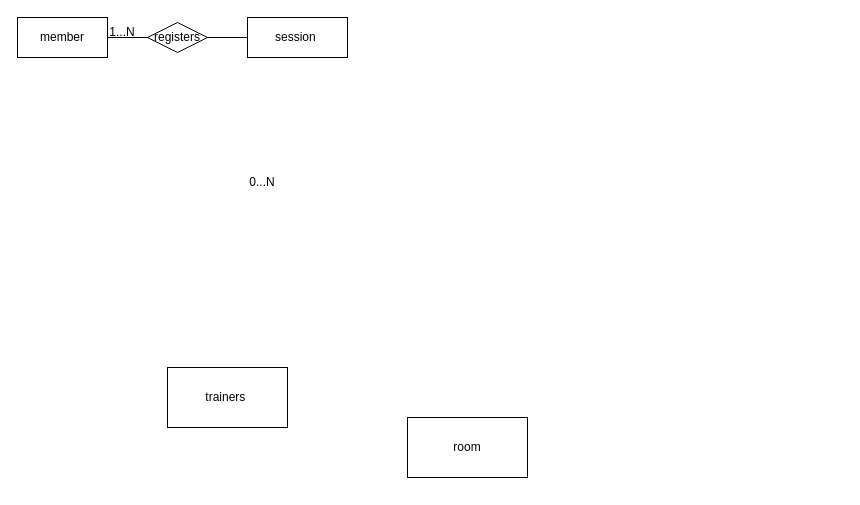
The draw.io diagram fitness_Club_Extension.drawio in victoriapuck15/ERdiagrams-, before the edit. Source tidied: cells renumbered, new cells numbered last; positions are measured from the earlier drawing's top-left corner, leaving out a move shared by most shapes. Both pictures are drawn from the tidied source at 100%, with x=0, y=0 at pixel (17, 17).
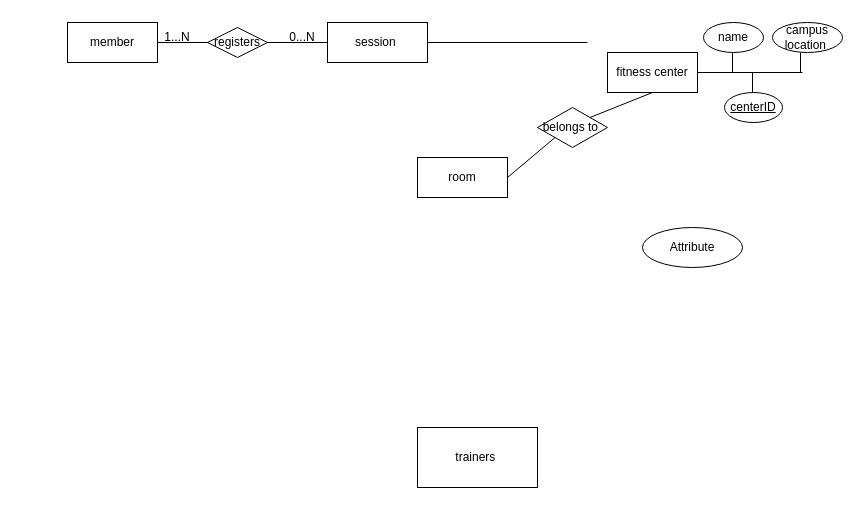
Above is the later version.

The edit, as a diff of the source:
```diff
@@
     <mxCell id="2" value="member" style="rounded=0;whiteSpace=wrap;html=1;" parent="1" vertex="1">
-      <mxGeometry width="90" height="40" as="geometry" />
+      <mxGeometry x="50" y="5" width="90" height="40" as="geometry" />
     </mxCell>
     <mxCell id="3" value="session&amp;nbsp;" style="whiteSpace=wrap;html=1;" parent="1" vertex="1">
-      <mxGeometry x="230" width="100" height="40" as="geometry" />
+      <mxGeometry x="310" y="5" width="100" height="40" as="geometry" />
     </mxCell>
     <mxCell id="4" value="room" style="whiteSpace=wrap;html=1;" parent="1" vertex="1">
-      <mxGeometry x="390" y="400" width="120" height="60" as="geometry" />
+      <mxGeometry x="400" y="140" width="90" height="40" as="geometry" />
     </mxCell>
     <mxCell id="5" value="trainers&amp;nbsp;&lt;br&gt;" style="whiteSpace=wrap;html=1;" parent="1" vertex="1">
-      <mxGeometry x="150" y="350" width="120" height="60" as="geometry" />
+      <mxGeometry x="400" y="410" width="120" height="60" as="geometry" />
     </mxCell>
@@
     <mxCell id="7" value="registers" style="shape=rhombus;perimeter=rhombusPerimeter;whiteSpace=wrap;html=1;align=center;" parent="1" vertex="1">
-      <mxGeometry x="130" y="5" width="60" height="30" as="geometry" />
+      <mxGeometry x="190" y="10" width="60" height="30" as="geometry" />
     </mxCell>
     <mxCell id="8" value="1...N" style="text;html=1;strokeColor=none;fillColor=none;align=center;verticalAlign=middle;whiteSpace=wrap;rounded=0;" parent="1" vertex="1">
-      <mxGeometry x="80" width="50" height="30" as="geometry" />
+      <mxGeometry x="135" y="5" width="50" height="30" as="geometry" />
     </mxCell>
     <mxCell id="9" value="0...N" style="text;html=1;strokeColor=none;fillColor=none;align=center;verticalAlign=middle;whiteSpace=wrap;rounded=0;" parent="1" vertex="1">
-      <mxGeometry x="220" y="150" width="50" height="30" as="geometry" />
+      <mxGeometry x="260" y="5" width="50" height="30" as="geometry" />
     </mxCell>
+    <mxCell id="10" style="endArrow=none;html=1;rounded=0;exitX=1;exitY=0.5;exitDx=0;exitDy=0;" parent="1" edge="1" source="3">
+      <mxGeometry relative="1" as="geometry">
+        <mxPoint x="570" y="25" as="targetPoint" />
+      </mxGeometry>
+    </mxCell>
+    <mxCell id="11" value="fitness center" style="rounded=0;whiteSpace=wrap;html=1;" parent="1" vertex="1">
+      <mxGeometry x="590" y="35" width="90" height="40" as="geometry" />
+    </mxCell>
+    <mxCell id="12" value="Attribute" style="ellipse;whiteSpace=wrap;html=1;align=center;" parent="1" vertex="1">
+      <mxGeometry x="625" y="210" width="100" height="40" as="geometry" />
+    </mxCell>
+    <mxCell id="13" value="&lt;u&gt;centerID&lt;/u&gt;" style="ellipse;whiteSpace=wrap;html=1;align=center;" parent="1" vertex="1">
+      <mxGeometry x="707" y="75" width="58" height="30" as="geometry" />
+    </mxCell>
+    <mxCell id="14" value="name" style="ellipse;whiteSpace=wrap;html=1;align=center;" parent="1" vertex="1">
+      <mxGeometry x="686" y="5" width="60" height="30" as="geometry" />
+    </mxCell>
+    <mxCell id="15" value="campus location&amp;nbsp;" style="ellipse;whiteSpace=wrap;html=1;align=center;" parent="1" vertex="1">
+      <mxGeometry x="755" y="5" width="70" height="30" as="geometry" />
+    </mxCell>
+    <mxCell id="16" style="endArrow=none;html=1;rounded=0;exitX=1;exitY=0.5;exitDx=0;exitDy=0;" parent="1" edge="1" source="11">
+      <mxGeometry relative="1" as="geometry">
+        <mxPoint x="785" y="55" as="targetPoint" />
+      </mxGeometry>
+    </mxCell>
+    <mxCell id="17" style="endArrow=none;html=1;rounded=0;" parent="1" edge="1">
+      <mxGeometry relative="1" as="geometry">
+        <mxPoint x="715" y="55" as="sourcePoint" />
+        <mxPoint x="715" y="35" as="targetPoint" />
+      </mxGeometry>
+    </mxCell>
+    <mxCell id="18" style="endArrow=none;html=1;rounded=0;" parent="1" edge="1">
+      <mxGeometry relative="1" as="geometry">
+        <mxPoint x="735" y="75" as="sourcePoint" />
+        <mxPoint x="735" y="55" as="targetPoint" />
+      </mxGeometry>
+    </mxCell>
+    <mxCell id="19" style="endArrow=none;html=1;rounded=0;" parent="1" edge="1">
+      <mxGeometry relative="1" as="geometry">
+        <mxPoint x="783" y="35" as="sourcePoint" />
+        <mxPoint x="783" y="55" as="targetPoint" />
+      </mxGeometry>
+    </mxCell>
+    <mxCell id="20" value="belongs to&amp;nbsp;" style="shape=rhombus;perimeter=rhombusPerimeter;whiteSpace=wrap;html=1;align=center;" parent="1" vertex="1">
+      <mxGeometry x="520" y="90" width="70" height="40" as="geometry" />
+    </mxCell>
+    <mxCell id="21" style="endArrow=none;html=1;rounded=0;entryX=0;entryY=1;entryDx=0;entryDy=0;exitX=1;exitY=0.5;exitDx=0;exitDy=0;" parent="1" edge="1" source="4" target="20">
+      <mxGeometry relative="1" as="geometry" />
+    </mxCell>
+    <mxCell id="22" style="endArrow=none;html=1;rounded=0;entryX=0.5;entryY=1;entryDx=0;entryDy=0;exitX=1;exitY=0;exitDx=0;exitDy=0;" parent="1" edge="1" source="20" target="11">
+      <mxGeometry relative="1" as="geometry" />
+    </mxCell>
```
